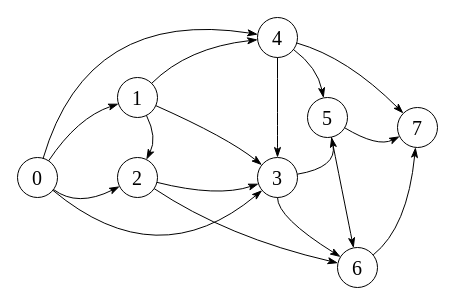
Before: graphs/dag.drawio in lgreco/images, a draw.io diagram. Source tidied: cells renumbered, new cells numbered last; positions are measured from the earlier drawing's top-left corner, leaving out a move shared by most shapes. Both pictures are drawn from the tidied source at 100%, with x=0, y=0 at pixel (17, 7).
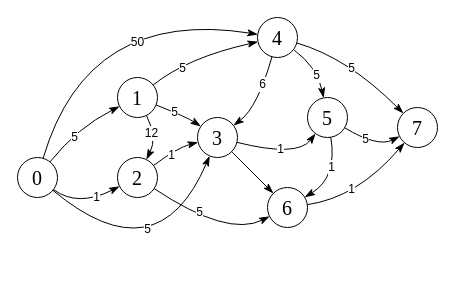
After the change.

Unchanged cells that the change refers to:
```xml
<mxCell id="2" value="0" style="ellipse;whiteSpace=wrap;html=1;fontFamily=Times New Roman;fontSize=20;" parent="1" vertex="1">
  <mxGeometry y="150" width="40" height="40" as="geometry" />
</mxCell>
<mxCell id="3" value="1" style="ellipse;whiteSpace=wrap;html=1;fontFamily=Times New Roman;fontSize=20;" parent="1" vertex="1">
  <mxGeometry x="100" y="70" width="40" height="40" as="geometry" />
</mxCell>
<mxCell id="4" value="2" style="ellipse;whiteSpace=wrap;html=1;fontFamily=Times New Roman;fontSize=20;" parent="1" vertex="1">
  <mxGeometry x="100" y="150" width="40" height="40" as="geometry" />
</mxCell>
<mxCell id="6" value="4" style="ellipse;whiteSpace=wrap;html=1;fontFamily=Times New Roman;fontSize=20;" parent="1" vertex="1">
  <mxGeometry x="240" y="10" width="40" height="40" as="geometry" />
</mxCell>
<mxCell id="7" value="5" style="ellipse;whiteSpace=wrap;html=1;fontFamily=Times New Roman;fontSize=20;" parent="1" vertex="1">
  <mxGeometry x="290" y="90" width="40" height="40" as="geometry" />
</mxCell>
<mxCell id="10" value="7" style="ellipse;whiteSpace=wrap;html=1;fontFamily=Times New Roman;fontSize=20;" parent="1" vertex="1">
  <mxGeometry x="380" y="100" width="40" height="40" as="geometry" />
</mxCell>
<mxCell id="13" style="endArrow=classicThin;html=1;rounded=0;fontSize=12;startSize=8;endSize=8;curved=1;endFill=1;" parent="1" edge="1" source="6" target="10">
  <mxGeometry relative="1" as="geometry">
    <Array as="points">
      <mxPoint x="330" y="50" />
    </Array>
  </mxGeometry>
</mxCell>
<mxCell id="14" style="endArrow=classicThin;html=1;rounded=0;fontSize=12;startSize=8;endSize=8;curved=1;endFill=1;" parent="1" edge="1" source="2" target="5">
  <mxGeometry relative="1" as="geometry">
    <Array as="points">
      <mxPoint x="140" y="270" />
    </Array>
  </mxGeometry>
</mxCell>
<mxCell id="16" style="endArrow=classicThin;html=1;rounded=0;fontSize=12;startSize=8;endSize=8;curved=1;endFill=1;" parent="1" edge="1" source="7" target="10">
  <mxGeometry relative="1" as="geometry">
    <Array as="points">
      <mxPoint x="360" y="140" />
    </Array>
  </mxGeometry>
</mxCell>
<mxCell id="19" style="endArrow=classicThin;html=1;rounded=0;fontSize=12;startSize=8;endSize=8;curved=1;endFill=1;" parent="1" edge="1" source="6" target="7">
  <mxGeometry relative="1" as="geometry">
    <Array as="points">
      <mxPoint x="300" y="60" />
    </Array>
  </mxGeometry>
</mxCell>
<mxCell id="22" style="endArrow=classicThin;html=1;rounded=0;fontSize=12;startSize=8;endSize=8;curved=1;endFill=1;" parent="1" edge="1" source="4" target="9">
  <mxGeometry relative="1" as="geometry">
    <Array as="points">
      <mxPoint x="210" y="230" />
    </Array>
  </mxGeometry>
</mxCell>
<mxCell id="24" style="edgeStyle=none;curved=1;rounded=0;jettySize=auto;html=1;fontSize=12;startSize=8;endSize=8;endArrow=classicThin;endFill=1;" parent="1" edge="1" source="2" target="4">
  <mxGeometry relative="1" as="geometry">
    <Array as="points">
      <mxPoint x="60" y="200" />
    </Array>
  </mxGeometry>
</mxCell>
<mxCell id="25" style="edgeStyle=none;curved=1;rounded=0;jettySize=auto;html=1;fontSize=12;startSize=8;endSize=8;endArrow=classicThin;endFill=1;" parent="1" edge="1" source="3" target="4">
  <mxGeometry relative="1" as="geometry">
    <Array as="points">
      <mxPoint x="140" y="130" />
    </Array>
  </mxGeometry>
</mxCell>
<mxCell id="26" style="edgeStyle=none;curved=1;rounded=0;jettySize=auto;html=1;fontSize=12;startSize=8;endSize=8;endArrow=classicThin;endFill=1;" parent="1" edge="1" source="2" target="6">
  <mxGeometry relative="1" as="geometry">
    <Array as="points">
      <mxPoint x="70" />
    </Array>
  </mxGeometry>
</mxCell>
```

The edit, as a diff of the source:
```diff
@@
     <mxCell id="5" value="3" style="ellipse;whiteSpace=wrap;html=1;fontFamily=Times New Roman;fontSize=20;" parent="1" vertex="1">
-      <mxGeometry x="240" y="150" width="40" height="40" as="geometry" />
+      <mxGeometry x="180" y="110" width="40" height="40" as="geometry" />
     </mxCell>
@@
     <mxCell id="8" style="edgeStyle=none;curved=1;rounded=0;jettySize=auto;html=1;fontSize=12;startSize=8;endSize=8;endArrow=classicThin;endFill=1;" parent="1" edge="1" source="4" target="5">
       <mxGeometry relative="1" as="geometry">
         <Array as="points">
-          <mxPoint x="200" y="190" />
+          <mxPoint x="160" y="140" />
         </Array>
       </mxGeometry>
     </mxCell>
+    <mxCell id="27" value="1" style="edgeLabel;html=1;align=center;verticalAlign=middle;fontSize=12;" parent="8" vertex="1">
+      <mxGeometry x="-0.2" y="-2" relative="1" as="geometry" />
+    </mxCell>
     <mxCell id="9" value="6" style="ellipse;whiteSpace=wrap;html=1;fontFamily=Times New Roman;fontSize=20;" parent="1" vertex="1">
-      <mxGeometry x="320" y="240" width="40" height="40" as="geometry" />
+      <mxGeometry x="250" y="180" width="40" height="40" as="geometry" />
     </mxCell>
@@
     <mxCell id="11" style="endArrow=classicThin;html=1;rounded=0;fontSize=12;startSize=8;endSize=8;curved=1;endFill=1;" parent="1" edge="1" source="2" target="3">
       <mxGeometry relative="1" as="geometry">
         <Array as="points">
-          <mxPoint x="60" y="110" />
+          <mxPoint x="60" y="120" />
         </Array>
       </mxGeometry>
     </mxCell>
+    <mxCell id="28" value="5" style="edgeLabel;html=1;align=center;verticalAlign=middle;fontSize=12;" parent="11" vertex="1">
+      <mxGeometry x="-0.26" y="-3" relative="1" as="geometry" />
+    </mxCell>
     <mxCell id="12" style="endArrow=classicThin;html=1;rounded=0;fontSize=12;startSize=8;endSize=8;curved=1;endFill=1;" parent="1" edge="1" source="3" target="6">
       <mxGeometry relative="1" as="geometry">
         <Array as="points">
-          <mxPoint x="170" y="40" />
+          <mxPoint x="170" y="50" />
         </Array>
       </mxGeometry>
     </mxCell>
+    <mxCell id="29" value="5" style="edgeLabel;html=1;align=center;verticalAlign=middle;fontSize=12;" parent="12" vertex="1">
+      <mxGeometry x="-0.43" y="-5" relative="1" as="geometry" />
+    </mxCell>
@@
+    <mxCell id="30" value="5" style="edgeLabel;html=1;align=center;verticalAlign=middle;fontSize=12;" parent="13" vertex="1">
+      <mxGeometry x="-0.04" y="-5" relative="1" as="geometry" />
+    </mxCell>
@@
+    <mxCell id="31" value="5" style="edgeLabel;html=1;align=center;verticalAlign=middle;fontSize=12;" parent="14" vertex="1">
+      <mxGeometry x="0.32" y="29" relative="1" as="geometry" />
+    </mxCell>
     <mxCell id="15" style="endArrow=classicThin;html=1;rounded=0;fontSize=12;startSize=8;endSize=8;curved=1;endFill=1;" parent="1" edge="1" source="5" target="7">
       <mxGeometry relative="1" as="geometry">
         <Array as="points">
-          <mxPoint x="320" y="160" />
+          <mxPoint x="280" y="150" />
         </Array>
       </mxGeometry>
     </mxCell>
+    <mxCell id="32" value="1" style="edgeLabel;html=1;align=center;verticalAlign=middle;fontSize=12;" parent="15" vertex="1">
+      <mxGeometry x="-0.07" y="4" relative="1" as="geometry" />
+    </mxCell>
@@
+    <mxCell id="33" value="5" style="edgeLabel;html=1;align=center;verticalAlign=middle;fontSize=12;" parent="16" vertex="1">
+      <mxGeometry x="-0.28" y="1" relative="1" as="geometry" />
+    </mxCell>
     <mxCell id="17" style="endArrow=classicThin;html=1;rounded=0;fontSize=12;startSize=8;endSize=8;curved=1;endFill=1;" parent="1" edge="1" source="3" target="5">
       <mxGeometry relative="1" as="geometry">
         <Array as="points">
-          <mxPoint x="210" y="130" />
+          <mxPoint x="170" y="110" />
         </Array>
       </mxGeometry>
     </mxCell>
+    <mxCell id="34" value="5" style="edgeLabel;html=1;align=center;verticalAlign=middle;fontSize=12;" parent="17" vertex="1">
+      <mxGeometry x="-0.25" relative="1" as="geometry" />
+    </mxCell>
     <mxCell id="18" style="endArrow=classicThin;html=1;rounded=0;fontSize=12;startSize=8;endSize=8;curved=1;endFill=1;" parent="1" edge="1" source="6" target="5">
       <mxGeometry relative="1" as="geometry">
         <Array as="points">
-          <mxPoint x="260" y="140" />
+          <mxPoint x="240" y="100" />
         </Array>
       </mxGeometry>
     </mxCell>
+    <mxCell id="35" value="6" style="edgeLabel;html=1;align=center;verticalAlign=middle;fontSize=12;" parent="18" vertex="1">
+      <mxGeometry x="-0.3" y="-2" relative="1" as="geometry" />
+    </mxCell>
@@
+    <mxCell id="36" value="5" style="edgeLabel;html=1;align=center;verticalAlign=middle;fontSize=12;" parent="19" vertex="1">
+      <mxGeometry x="0.2" y="-3" relative="1" as="geometry" />
+    </mxCell>
     <mxCell id="20" style="endArrow=classicThin;html=1;rounded=0;fontSize=12;startSize=8;endSize=8;curved=1;endFill=1;" parent="1" edge="1" source="9" target="10">
       <mxGeometry relative="1" as="geometry">
         <Array as="points">
-          <mxPoint x="390" y="220" />
+          <mxPoint x="340" y="190" />
         </Array>
       </mxGeometry>
     </mxCell>
+    <mxCell id="37" value="1" style="edgeLabel;html=1;align=center;verticalAlign=middle;fontSize=12;" parent="20" vertex="1">
+      <mxGeometry x="-0.26" y="9" relative="1" as="geometry" />
+    </mxCell>
     <mxCell id="21" style="endArrow=classicThin;html=1;rounded=0;fontSize=12;startSize=8;endSize=8;curved=1;endFill=1;" parent="1" edge="1" source="7" target="9">
       <mxGeometry relative="1" as="geometry">
         <Array as="points">
-          <mxPoint x="330" y="210" />
+          <mxPoint x="320" y="170" />
         </Array>
       </mxGeometry>
     </mxCell>
+    <mxCell id="38" value="1" style="edgeLabel;html=1;align=center;verticalAlign=middle;fontSize=12;" parent="21" vertex="1">
+      <mxGeometry x="-0.26" y="-5" relative="1" as="geometry" />
+    </mxCell>
@@
+    <mxCell id="39" value="5" style="edgeLabel;html=1;align=center;verticalAlign=middle;fontSize=12;" parent="22" vertex="1">
+      <mxGeometry x="-0.26" y="5" relative="1" as="geometry" />
+    </mxCell>
     <mxCell id="23" style="edgeStyle=none;curved=1;rounded=0;jettySize=auto;html=1;fontSize=12;startSize=8;endSize=8;endArrow=classicThin;endFill=1;" parent="1" edge="1" source="5" target="9">
-      <mxGeometry relative="1" as="geometry">
-        <Array as="points">
-          <mxPoint x="260" y="210" />
-        </Array>
-      </mxGeometry>
+      <mxGeometry relative="1" as="geometry" />
     </mxCell>
@@
+    <mxCell id="40" value="1" style="edgeLabel;html=1;align=center;verticalAlign=middle;fontSize=12;" parent="24" vertex="1">
+      <mxGeometry x="0.32" y="1" relative="1" as="geometry" />
+    </mxCell>
@@
+    <mxCell id="41" value="12" style="edgeLabel;html=1;align=center;verticalAlign=middle;fontSize=12;" parent="25" vertex="1">
+      <mxGeometry x="0.14" y="-4" relative="1" as="geometry">
+        <mxPoint x="-1" y="-6" as="offset" />
+      </mxGeometry>
+    </mxCell>
@@
+    <mxCell id="42" value="50" style="edgeLabel;html=1;align=center;verticalAlign=middle;fontSize=12;" parent="26" vertex="1">
+      <mxGeometry x="0.28" y="-26" relative="1" as="geometry" />
+    </mxCell>
```
